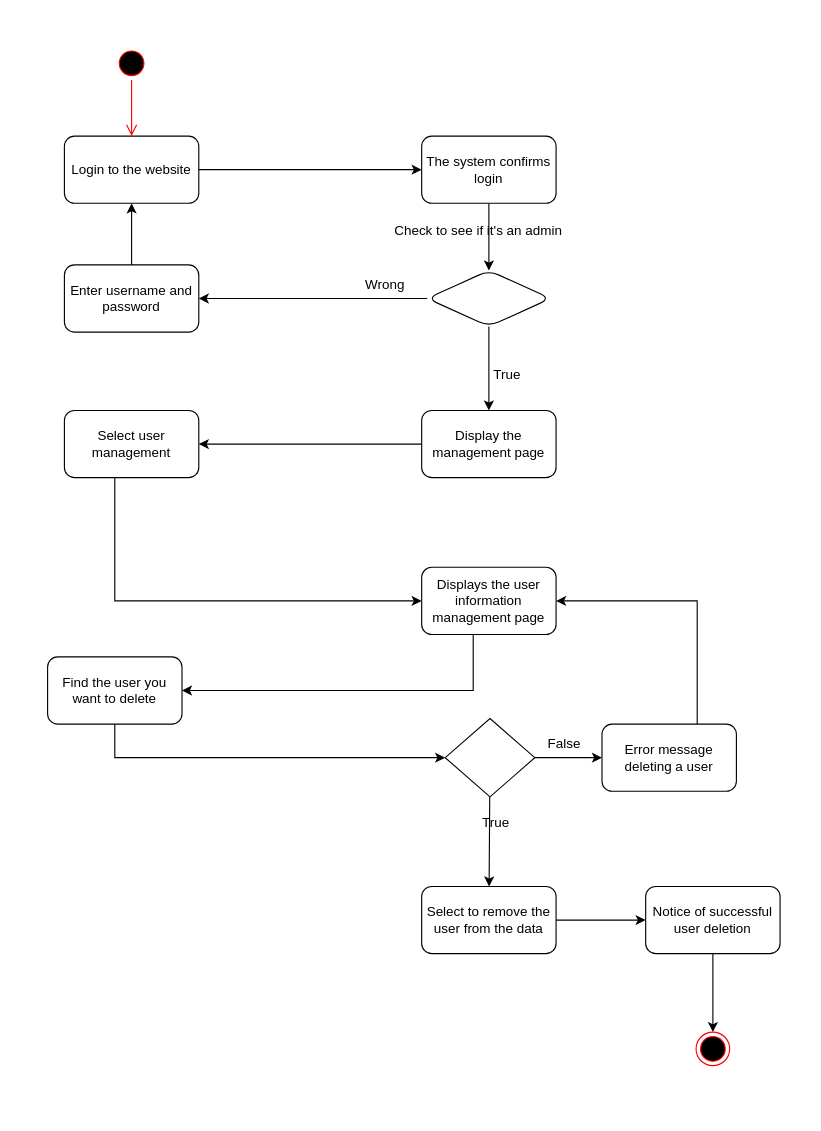
Earlier version of the draw.io diagram page "Activity Xoá Người Dùng" (24 of 33) of Biểu đồ không có tiêu đề.drawio (anhduy7723/api_auth). Source tidied: cells renumbered, new cells numbered last; positions are measured from the earlier drawing's top-left corner, leaving out a move shared by most shapes. Both pictures are drawn from the tidied source at 112%, with x=0, y=0 at pixel (47, 46).
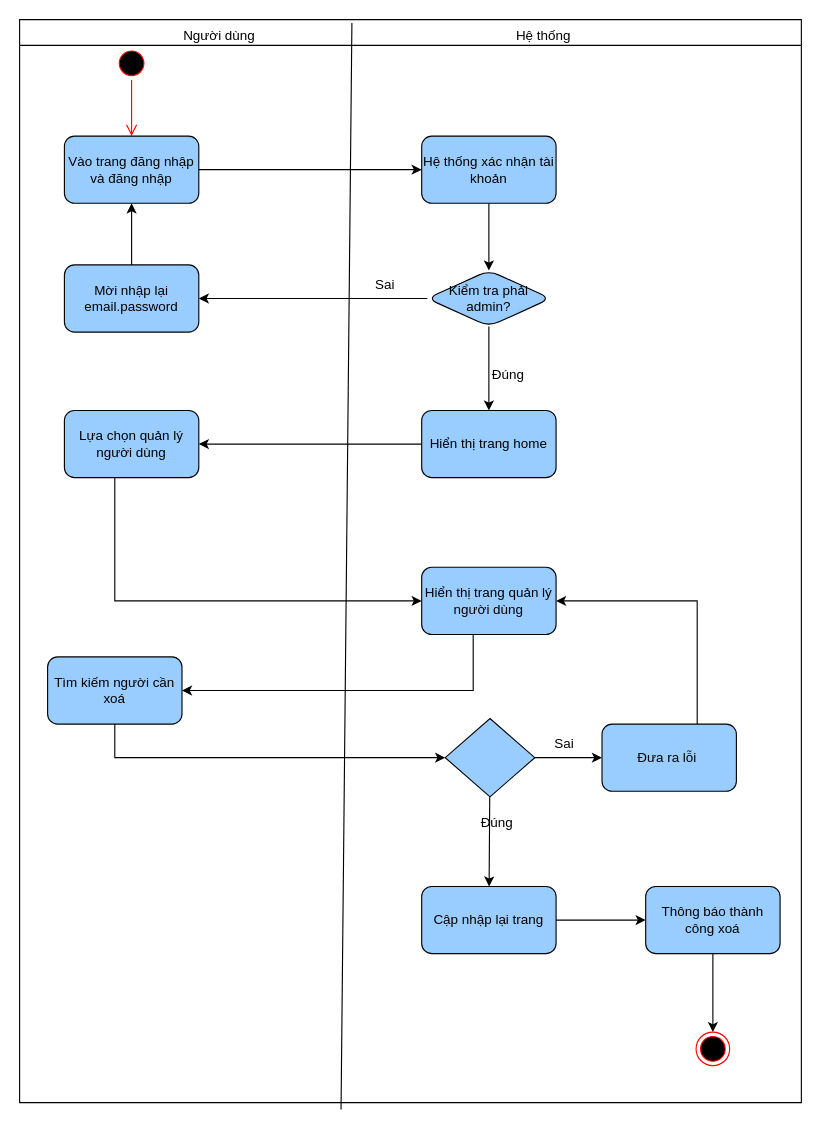
Above is the later version.

Diff of the diagram source:
```diff
@@
-    <mxCell id="5" value="Login to the website" style="rounded=1;whiteSpace=wrap;html=1;" parent="1" vertex="1">
+    <mxCell id="5" value="Vào trang đăng nhập và đăng nhập" style="rounded=1;whiteSpace=wrap;html=1;fillColor=#99CCFF;" parent="1" vertex="1">
       <mxGeometry x="15" y="80" width="120" height="60" as="geometry" />
     </mxCell>
@@
-    <mxCell id="7" value="The system confirms login" style="rounded=1;whiteSpace=wrap;html=1;" parent="1" vertex="1">
+    <mxCell id="7" value="Hệ thống xác nhận tài khoản" style="rounded=1;whiteSpace=wrap;html=1;fillColor=#99CCFF;" parent="1" vertex="1">
       <mxGeometry x="334" y="80" width="120" height="60" as="geometry" />
     </mxCell>
@@
-    <mxCell id="10" style="rhombus;whiteSpace=wrap;html=1;rounded=1;" parent="1" vertex="1">
+    <mxCell id="10" value="Kiểm tra phải admin?" style="rhombus;whiteSpace=wrap;html=1;rounded=1;fillColor=#99CCFF;" parent="1" vertex="1">
       <mxGeometry x="339" y="200" width="110" height="50" as="geometry" />
     </mxCell>
@@
-    <mxCell id="12" value="Enter username and password" style="whiteSpace=wrap;html=1;rounded=1;" parent="1" vertex="1">
+    <mxCell id="12" value="Mời nhập lại email.password" style="whiteSpace=wrap;html=1;rounded=1;fillColor=#99CCFF;" parent="1" vertex="1">
       <mxGeometry x="15" y="195" width="120" height="60" as="geometry" />
     </mxCell>
-    <mxCell id="13" value="Wrong" style="text;html=1;align=center;verticalAlign=middle;strokeColor=none;fillColor=none;" parent="1" vertex="1">
-      <mxGeometry x="274" y="200" width="53" height="26" as="geometry" />
+    <mxCell id="13" value="Sai" style="text;html=1;align=center;verticalAlign=middle;strokeColor=none;fillColor=none;" parent="1" vertex="1">
+      <mxGeometry x="283" y="200" width="35" height="26" as="geometry" />
     </mxCell>
@@
-    <mxCell id="15" value="Display the management page" style="whiteSpace=wrap;html=1;rounded=1;" parent="1" vertex="1">
+    <mxCell id="15" value="Hiển thị trang home" style="whiteSpace=wrap;html=1;rounded=1;fillColor=#99CCFF;" parent="1" vertex="1">
       <mxGeometry x="334" y="325" width="120" height="60" as="geometry" />
     </mxCell>
-    <mxCell id="16" value="True" style="text;html=1;align=center;verticalAlign=middle;strokeColor=none;fillColor=none;" parent="1" vertex="1">
-      <mxGeometry x="389" y="280" width="42" height="26" as="geometry" />
+    <mxCell id="16" value="Đúng" style="text;html=1;align=center;verticalAlign=middle;strokeColor=none;fillColor=none;" parent="1" vertex="1">
+      <mxGeometry x="387" y="280" width="47" height="26" as="geometry" />
     </mxCell>
@@
-    <mxCell id="18" value="Select user management" style="whiteSpace=wrap;html=1;rounded=1;" parent="1" vertex="1">
+    <mxCell id="18" value="Lựa chọn quản lý người dùng" style="whiteSpace=wrap;html=1;rounded=1;fillColor=#99CCFF;" parent="1" vertex="1">
       <mxGeometry x="15" y="325" width="120" height="60" as="geometry" />
     </mxCell>
@@
-    <mxCell id="20" value="Displays the user information management page" style="whiteSpace=wrap;html=1;rounded=1;" parent="1" vertex="1">
+    <mxCell id="20" value="Hiển thị trang quản lý người dùng" style="whiteSpace=wrap;html=1;rounded=1;fillColor=#99CCFF;" parent="1" vertex="1">
       <mxGeometry x="334" y="465" width="120" height="60" as="geometry" />
     </mxCell>
@@
-    <mxCell id="22" value="Find the user you want to delete" style="rounded=1;whiteSpace=wrap;html=1;" parent="1" vertex="1">
+    <mxCell id="22" value="Tìm kiếm người cần xoá" style="rounded=1;whiteSpace=wrap;html=1;fillColor=#99CCFF;" parent="1" vertex="1">
       <mxGeometry y="545" width="120" height="60" as="geometry" />
     </mxCell>
@@
-    <mxCell id="25" style="rhombus;whiteSpace=wrap;html=1;" parent="1" vertex="1">
+    <mxCell id="25" style="rhombus;whiteSpace=wrap;html=1;fillColor=#99CCFF;" parent="1" vertex="1">
       <mxGeometry x="355" y="600" width="80" height="70" as="geometry" />
     </mxCell>
@@
-    <mxCell id="27" value="Select to remove the user from the data" style="rounded=1;whiteSpace=wrap;html=1;" parent="1" vertex="1">
+    <mxCell id="27" value="Cập nhập lại trang" style="rounded=1;whiteSpace=wrap;html=1;fillColor=#99CCFF;" parent="1" vertex="1">
       <mxGeometry x="334" y="750" width="120" height="60" as="geometry" />
     </mxCell>
@@
-    <mxCell id="29" value="Error message deleting a user" style="rounded=1;whiteSpace=wrap;html=1;" parent="1" vertex="1">
+    <mxCell id="29" value="Đưa ra lỗi&amp;nbsp;" style="rounded=1;whiteSpace=wrap;html=1;fillColor=#99CCFF;" parent="1" vertex="1">
       <mxGeometry x="495" y="605" width="120" height="60" as="geometry" />
     </mxCell>
-    <mxCell id="30" value="False" style="text;html=1;align=center;verticalAlign=middle;strokeColor=none;fillColor=none;" parent="1" vertex="1">
-      <mxGeometry x="437" y="610" width="47" height="26" as="geometry" />
+    <mxCell id="30" value="Sai" style="text;html=1;align=center;verticalAlign=middle;strokeColor=none;fillColor=none;" parent="1" vertex="1">
+      <mxGeometry x="443" y="610" width="35" height="26" as="geometry" />
     </mxCell>
-    <mxCell id="31" value="True" style="text;html=1;align=center;verticalAlign=middle;strokeColor=none;fillColor=none;" parent="1" vertex="1">
-      <mxGeometry x="379" y="680" width="42" height="26" as="geometry" />
+    <mxCell id="31" value="Đúng" style="text;html=1;align=center;verticalAlign=middle;strokeColor=none;fillColor=none;" parent="1" vertex="1">
+      <mxGeometry x="377" y="680" width="47" height="26" as="geometry" />
     </mxCell>
@@
-    <mxCell id="33" value="Notice of successful user deletion" style="rounded=1;whiteSpace=wrap;html=1;" parent="1" vertex="1">
+    <mxCell id="33" value="Thông báo thành công xoá" style="rounded=1;whiteSpace=wrap;html=1;fillColor=#99CCFF;" parent="1" vertex="1">
       <mxGeometry x="534" y="750" width="120" height="60" as="geometry" />
     </mxCell>
@@
-    <mxCell id="35" value="Check to see if it's an admin" style="text;whiteSpace=wrap;" parent="1" vertex="1">
-      <mxGeometry x="308" y="151" width="178" height="36" as="geometry" />
-    </mxCell>
+    <mxCell id="36" style="swimlane;" parent="1" vertex="1">
+      <mxGeometry x="-25" y="-24" width="698" height="967" as="geometry" />
+    </mxCell>
+    <mxCell id="37" style="endArrow=none;html=1;rounded=0;entryX=0.428;entryY=0.002;entryDx=0;entryDy=0;entryPerimeter=0;" parent="36" edge="1">
+      <mxGeometry relative="1" as="geometry">
+        <mxPoint x="287" y="973.1" as="sourcePoint" />
+        <mxPoint x="296.7" y="3" as="targetPoint" />
+      </mxGeometry>
+    </mxCell>
+    <mxCell id="38" value="Người dùng" style="text;html=1;align=center;verticalAlign=middle;whiteSpace=wrap;rounded=0;" parent="36" vertex="1">
+      <mxGeometry x="128" width="101" height="30" as="geometry" />
+    </mxCell>
+    <mxCell id="39" value="Hệ thống" style="text;html=1;align=center;verticalAlign=middle;whiteSpace=wrap;rounded=0;" parent="36" vertex="1">
+      <mxGeometry x="438" width="60" height="30" as="geometry" />
+    </mxCell>
```
